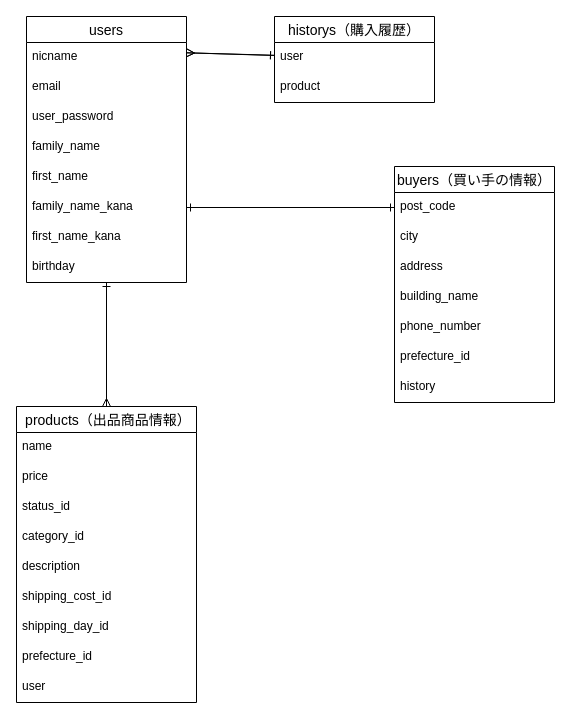
Before: er-zu-furima-41252.dio in yu-no-m1i/furima-41252, a draw.io diagram. Source tidied: cells renumbered, new cells numbered last; positions are measured from the earlier drawing's top-left corner, leaving out a move shared by most shapes. Both pictures are drawn from the tidied source at 100%, with x=0, y=0 at pixel (16, 16).
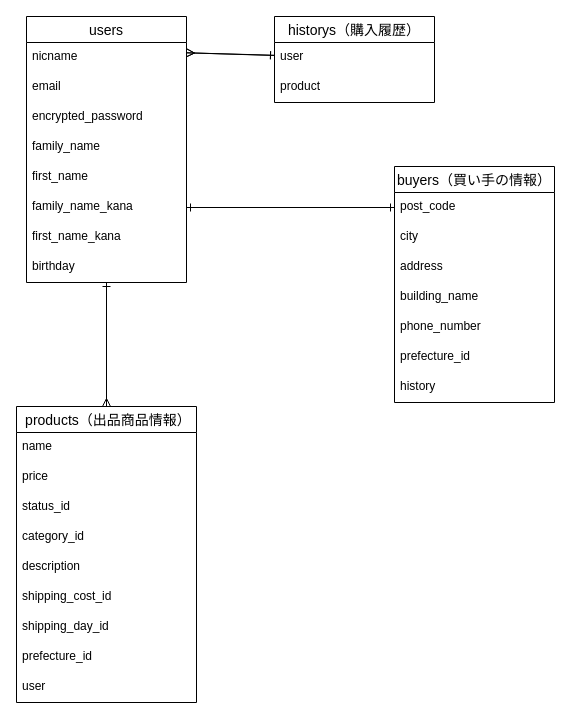
The same diagram, later.

Unchanged cells that the change refers to:
```xml
<mxCell id="3" value="users" style="swimlane;fontStyle=0;horizontal=1;startSize=26;align=center;fontSize=14;" parent="1" vertex="1">
  <mxGeometry x="10" width="160" height="266" as="geometry" />
</mxCell>
```

Diff of the diagram source:
```diff
@@
-    <mxCell id="6" value="user_password" style="text;strokeColor=none;fillColor=none;spacingLeft=4;spacingRight=4;overflow=hidden;fontSize=12;" parent="3" vertex="1">
+    <mxCell id="6" value="encrypted_password" style="text;strokeColor=none;fillColor=none;spacingLeft=4;spacingRight=4;overflow=hidden;fontSize=12;" parent="3" vertex="1">
       <mxGeometry y="86" width="160" height="30" as="geometry" />
     </mxCell>
```
